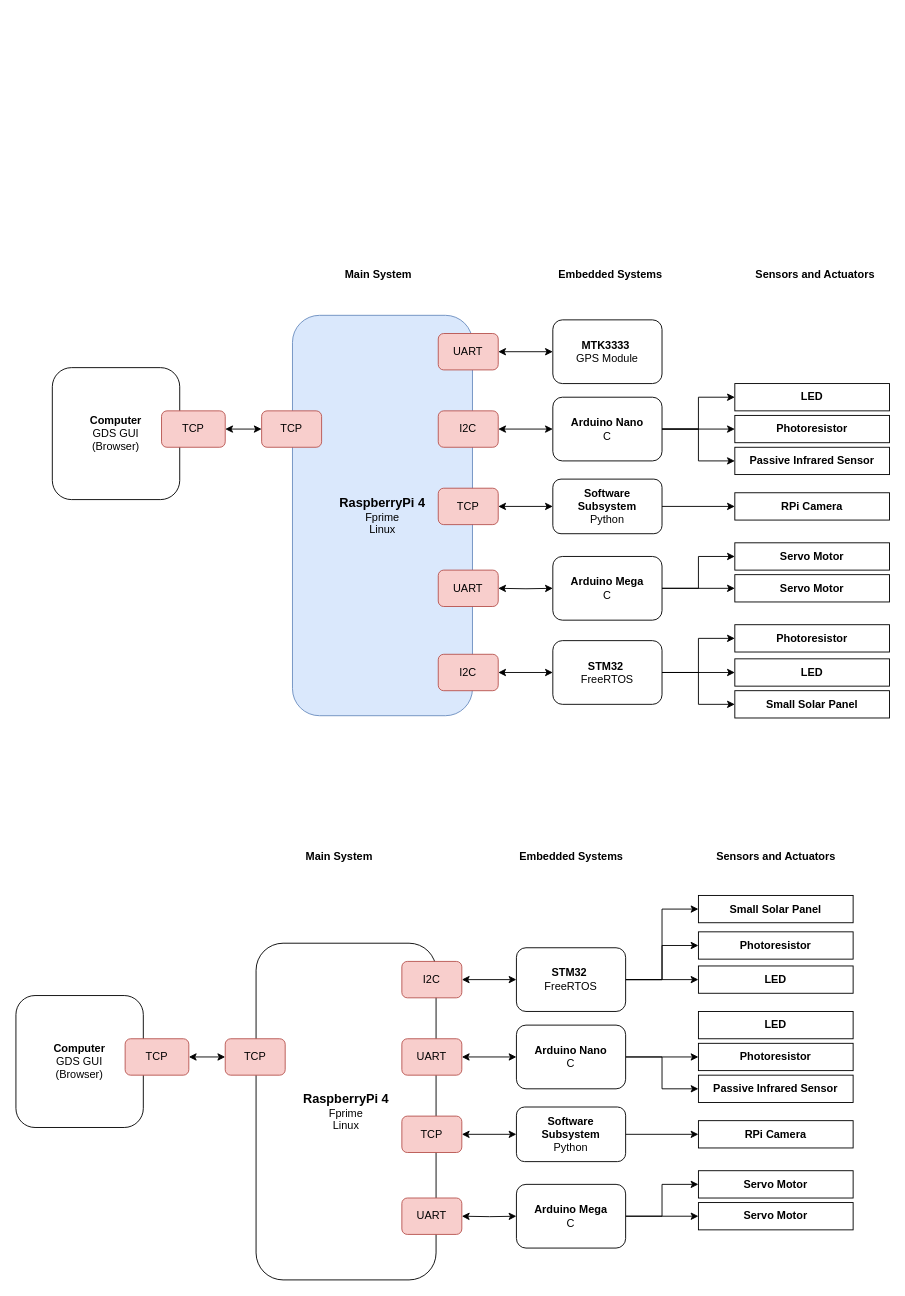
This is page "Hw Setup" (5 of 5) of topology.drawio from jsilveira1409/MESMO, a draw.io file, before an edit. Source tidied: cells renumbered, new cells numbered last; positions are measured from the earlier drawing's top-left corner, leaving out a move shared by most shapes. Both pictures are drawn from the tidied source at 91%, with x=0, y=0 at pixel (15, 260).
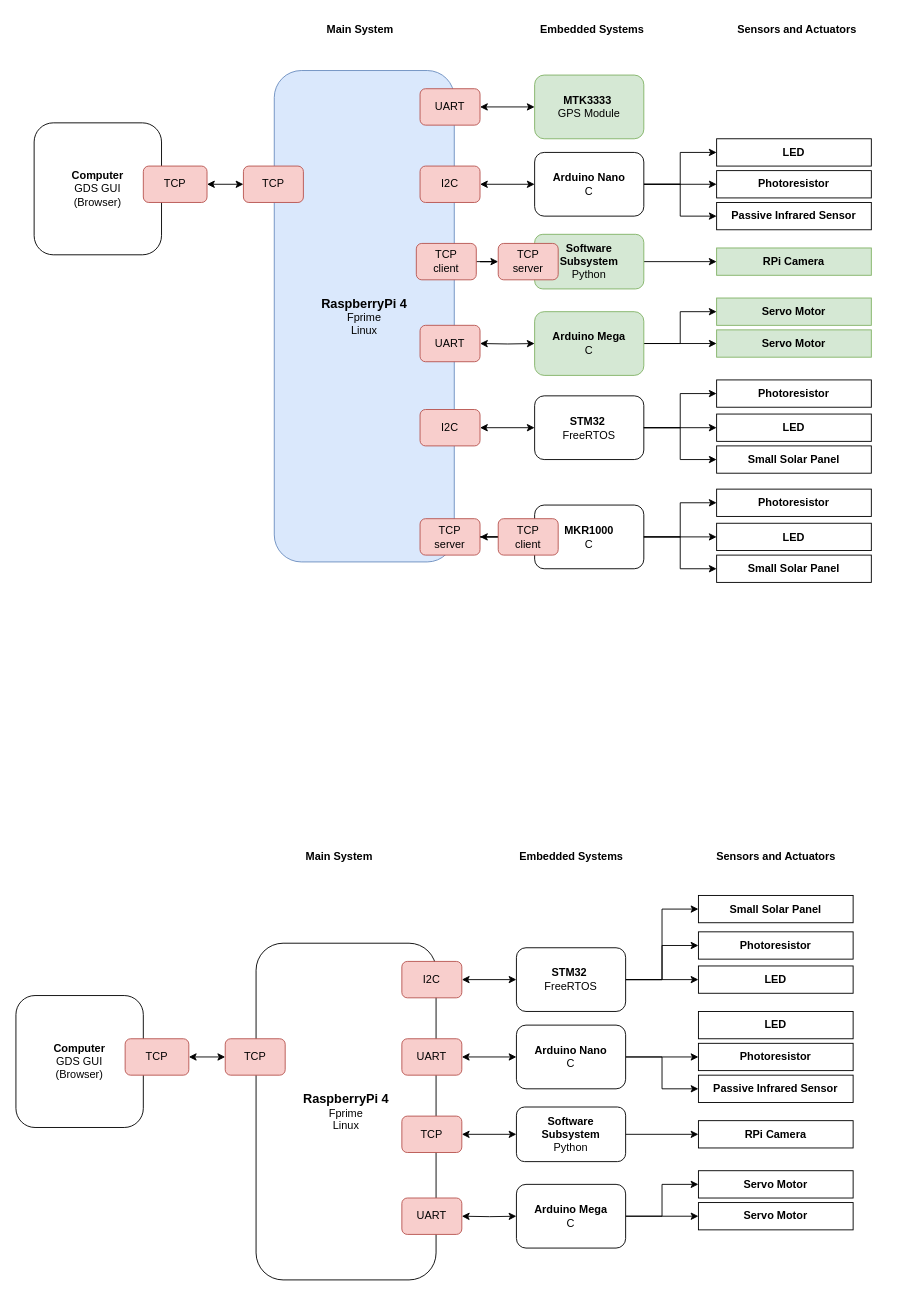
After the change.

Diff of the diagram source:
```diff
@@
-    <mxCell id="3" value="&lt;b&gt;MTK3333&amp;nbsp;&lt;/b&gt;&lt;br&gt;GPS Module" style="rounded=1;whiteSpace=wrap;html=1;" parent="1" vertex="1">
-      <mxGeometry x="590" y="65" width="120" height="70" as="geometry" />
+    <mxCell id="3" value="&lt;b&gt;MTK3333&amp;nbsp;&lt;/b&gt;&lt;br&gt;GPS Module" style="rounded=1;whiteSpace=wrap;html=1;fillColor=#d5e8d4;strokeColor=#82b366;" parent="1" vertex="1">
+      <mxGeometry x="570" y="-204" width="120" height="70" as="geometry" />
     </mxCell>
@@
     <mxCell id="5" style="edgeStyle=orthogonalEdgeStyle;rounded=0;jettySize=auto;html=1;entryX=0;entryY=0.5;entryDx=0;entryDy=0;" parent="1" edge="1" source="8" target="13">
       <mxGeometry relative="1" as="geometry">
         <Array as="points">
-          <mxPoint x="750" y="185" />
-          <mxPoint x="750" y="150" />
+          <mxPoint x="730" y="-84" />
+          <mxPoint x="730" y="-119" />
         </Array>
       </mxGeometry>
     </mxCell>
@@
     <mxCell id="8" value="&lt;b&gt;Arduino Nano&lt;/b&gt;&lt;br&gt;C" style="rounded=1;whiteSpace=wrap;html=1;" parent="1" vertex="1">
-      <mxGeometry x="590" y="150" width="120" height="70" as="geometry" />
+      <mxGeometry x="570" y="-119" width="120" height="70" as="geometry" />
     </mxCell>
-    <mxCell id="9" style="edgeStyle=orthogonalEdgeStyle;rounded=0;jettySize=auto;html=1;startArrow=classic;startFill=1;" parent="1" edge="1" source="27" target="11">
-      <mxGeometry relative="1" as="geometry" />
-    </mxCell>
@@
-    <mxCell id="11" value="&lt;b&gt;Software Subsystem&lt;/b&gt;&lt;br&gt;Python" style="whiteSpace=wrap;html=1;rounded=1;" parent="1" vertex="1">
-      <mxGeometry x="590" y="240" width="120" height="60" as="geometry" />
+    <mxCell id="11" value="&lt;b&gt;Software Subsystem&lt;/b&gt;&lt;br&gt;Python" style="whiteSpace=wrap;html=1;rounded=1;fillColor=#d5e8d4;strokeColor=#82b366;" parent="1" vertex="1">
+      <mxGeometry x="570" y="-29" width="120" height="60" as="geometry" />
     </mxCell>
@@
     <mxCell id="13" value="LED" style="rounded=0;whiteSpace=wrap;html=1;fontStyle=1;" parent="1" vertex="1">
-      <mxGeometry x="790" y="135" width="170" height="30" as="geometry" />
+      <mxGeometry x="770" y="-134" width="170" height="30" as="geometry" />
     </mxCell>
     <mxCell id="14" value="Photoresistor" style="rounded=0;whiteSpace=wrap;html=1;fontStyle=1;" parent="1" vertex="1">
-      <mxGeometry x="790" y="170" width="170" height="30" as="geometry" />
+      <mxGeometry x="770" y="-99" width="170" height="30" as="geometry" />
     </mxCell>
-    <mxCell id="15" value="RPi Camera" style="rounded=0;whiteSpace=wrap;html=1;fontStyle=1;" parent="1" vertex="1">
-      <mxGeometry x="790" y="255" width="170" height="30" as="geometry" />
+    <mxCell id="15" value="RPi Camera" style="rounded=0;whiteSpace=wrap;html=1;fontStyle=1;fillColor=#d5e8d4;strokeColor=#82b366;" parent="1" vertex="1">
+      <mxGeometry x="770" y="-14" width="170" height="30" as="geometry" />
     </mxCell>
     <mxCell id="16" value="Passive Infrared Sensor" style="rounded=0;whiteSpace=wrap;html=1;fontStyle=1;" parent="1" vertex="1">
-      <mxGeometry x="790" y="205" width="170" height="30" as="geometry" />
+      <mxGeometry x="770" y="-64" width="170" height="30" as="geometry" />
     </mxCell>
     <mxCell id="17" value="&lt;b&gt;Main System&lt;/b&gt;" style="text;html=1;align=center;verticalAlign=middle;strokeColor=none;fillColor=none;" parent="1" vertex="1">
-      <mxGeometry x="347.5" width="100" height="30" as="geometry" />
+      <mxGeometry x="327.5" y="-269" width="100" height="30" as="geometry" />
     </mxCell>
     <mxCell id="18" value="&lt;b&gt;Embedded Systems&lt;br&gt;&lt;/b&gt;" style="text;html=1;align=center;verticalAlign=middle;strokeColor=none;fillColor=none;" parent="1" vertex="1">
-      <mxGeometry x="582.5" width="140" height="30" as="geometry" />
+      <mxGeometry x="562.5" y="-269" width="140" height="30" as="geometry" />
     </mxCell>
     <mxCell id="19" value="&lt;b&gt;Sensors and Actuators&lt;br&gt;&lt;/b&gt;" style="text;html=1;align=center;verticalAlign=middle;strokeColor=none;fillColor=none;" parent="1" vertex="1">
-      <mxGeometry x="802.5" width="150" height="30" as="geometry" />
+      <mxGeometry x="782.5" y="-269" width="150" height="30" as="geometry" />
     </mxCell>
     <mxCell id="20" style="group;" parent="1" vertex="1">
-      <mxGeometry x="40" y="117.5" width="190" height="145" as="geometry" />
+      <mxGeometry x="20" y="-151.5" width="190" height="145" as="geometry" />
     </mxCell>
@@
     <mxCell id="23" style="group;" parent="1" vertex="1">
-      <mxGeometry x="270" y="60" width="690" height="440" as="geometry" />
+      <mxGeometry x="250" y="-209" width="690" height="540" as="geometry" />
     </mxCell>
     <mxCell id="24" value="&lt;b&gt;&lt;font style=&quot;font-size: 14px;&quot;&gt;RaspberryPi 4&lt;/font&gt;&lt;/b&gt;&lt;br&gt;Fprime&lt;br&gt;Linux" style="rounded=1;whiteSpace=wrap;html=1;fillColor=#dae8fc;strokeColor=#6c8ebf;" parent="23" vertex="1">
-      <mxGeometry x="33.9" width="197.8" height="440" as="geometry" />
+      <mxGeometry x="33.9" width="197.8" height="540" as="geometry" />
     </mxCell>
@@
+    <mxCell id="84" style="edgeStyle=orthogonalEdgeStyle;rounded=0;jettySize=auto;html=1;" parent="23" edge="1" source="27" target="85">
+      <mxGeometry relative="1" as="geometry" />
+    </mxCell>
-    <mxCell id="27" value="TCP" style="rounded=1;whiteSpace=wrap;html=1;fillColor=#f8cecc;strokeColor=#b85450;" parent="23" vertex="1">
-      <mxGeometry x="194.1" y="190" width="65.9" height="40" as="geometry" />
+    <mxCell id="27" value="TCP&lt;br&gt;client" style="rounded=1;whiteSpace=wrap;html=1;fillColor=#f8cecc;strokeColor=#b85450;" parent="23" vertex="1">
+      <mxGeometry x="190" y="190" width="65.9" height="40" as="geometry" />
     </mxCell>
@@
+    <mxCell id="85" value="TCP&lt;br&gt;server" style="rounded=1;whiteSpace=wrap;html=1;fillColor=#f8cecc;strokeColor=#b85450;" parent="23" vertex="1">
+      <mxGeometry x="280" y="190" width="65.9" height="40" as="geometry" />
+    </mxCell>
     <mxCell id="39" style="edgeStyle=orthogonalEdgeStyle;rounded=0;jettySize=auto;html=1;entryX=0;entryY=0.5;entryDx=0;entryDy=0;startArrow=classic;startFill=1;" parent="1" edge="1" target="42">
       <mxGeometry relative="1" as="geometry">
-        <mxPoint x="530" y="360" as="sourcePoint" />
+        <mxPoint x="510" y="91" as="sourcePoint" />
       </mxGeometry>
     </mxCell>
     <mxCell id="40" style="edgeStyle=orthogonalEdgeStyle;rounded=0;jettySize=auto;html=1;entryX=0;entryY=0.5;entryDx=0;entryDy=0;" parent="1" edge="1" source="42" target="43">
       <mxGeometry relative="1" as="geometry">
         <Array as="points">
-          <mxPoint x="750" y="360" />
-          <mxPoint x="750" y="325" />
+          <mxPoint x="730" y="91" />
+          <mxPoint x="730" y="56" />
         </Array>
       </mxGeometry>
     </mxCell>
@@
-    <mxCell id="42" value="&lt;b&gt;Arduino Mega&lt;/b&gt;&lt;br&gt;C" style="rounded=1;whiteSpace=wrap;html=1;" parent="1" vertex="1">
-      <mxGeometry x="590" y="325" width="120" height="70" as="geometry" />
+    <mxCell id="42" value="&lt;b&gt;Arduino Mega&lt;/b&gt;&lt;br&gt;C" style="rounded=1;whiteSpace=wrap;html=1;fillColor=#d5e8d4;strokeColor=#82b366;" parent="1" vertex="1">
+      <mxGeometry x="570" y="56" width="120" height="70" as="geometry" />
     </mxCell>
-    <mxCell id="43" value="Servo Motor" style="rounded=0;whiteSpace=wrap;html=1;fontStyle=1;" parent="1" vertex="1">
-      <mxGeometry x="790" y="310" width="170" height="30" as="geometry" />
+    <mxCell id="43" value="Servo Motor" style="rounded=0;whiteSpace=wrap;html=1;fontStyle=1;fillColor=#d5e8d4;strokeColor=#82b366;" parent="1" vertex="1">
+      <mxGeometry x="770" y="41" width="170" height="30" as="geometry" />
     </mxCell>
-    <mxCell id="44" value="Servo Motor" style="rounded=0;whiteSpace=wrap;html=1;fontStyle=1;" parent="1" vertex="1">
-      <mxGeometry x="790" y="345" width="170" height="30" as="geometry" />
+    <mxCell id="44" value="Servo Motor" style="rounded=0;whiteSpace=wrap;html=1;fontStyle=1;fillColor=#d5e8d4;strokeColor=#82b366;" parent="1" vertex="1">
+      <mxGeometry x="770" y="76" width="170" height="30" as="geometry" />
     </mxCell>
@@
+    <mxCell id="86" style="group;" parent="1" vertex="1">
+      <mxGeometry x="444.1" y="251" width="495.9" height="102.5" as="geometry" />
+    </mxCell>
+    <mxCell id="87" value="&lt;b&gt;MKR1000&lt;/b&gt;&lt;br&gt;C" style="rounded=1;whiteSpace=wrap;html=1;" parent="86" vertex="1">
+      <mxGeometry x="125.9" y="17.5" width="120" height="70" as="geometry" />
+    </mxCell>
+    <mxCell id="88" value="Small Solar Panel" style="rounded=0;whiteSpace=wrap;html=1;fontStyle=1;" parent="86" vertex="1">
+      <mxGeometry x="325.9" y="72.5" width="170" height="30" as="geometry" />
+    </mxCell>
+    <mxCell id="89" style="edgeStyle=orthogonalEdgeStyle;rounded=0;jettySize=auto;html=1;entryX=0;entryY=0.5;entryDx=0;entryDy=0;" parent="86" edge="1" source="87" target="88">
+      <mxGeometry relative="1" as="geometry" />
+    </mxCell>
+    <mxCell id="90" value="Photoresistor" style="rounded=0;whiteSpace=wrap;html=1;fontStyle=1;" parent="86" vertex="1">
+      <mxGeometry x="325.9" width="170" height="30" as="geometry" />
+    </mxCell>
+    <mxCell id="91" style="edgeStyle=orthogonalEdgeStyle;rounded=0;jettySize=auto;html=1;entryX=0;entryY=0.5;entryDx=0;entryDy=0;" parent="86" edge="1" source="87" target="90">
+      <mxGeometry relative="1" as="geometry">
+        <Array as="points">
+          <mxPoint x="285.9" y="52.5" />
+          <mxPoint x="285.9" y="15.5" />
+        </Array>
+      </mxGeometry>
+    </mxCell>
+    <mxCell id="92" value="LED" style="rounded=0;whiteSpace=wrap;html=1;fontStyle=1;" parent="86" vertex="1">
+      <mxGeometry x="325.9" y="37.5" width="170" height="30" as="geometry" />
+    </mxCell>
+    <mxCell id="93" style="edgeStyle=orthogonalEdgeStyle;rounded=0;jettySize=auto;html=1;entryX=0;entryY=0.5;entryDx=0;entryDy=0;" parent="86" edge="1" source="87" target="92">
+      <mxGeometry relative="1" as="geometry" />
+    </mxCell>
+    <mxCell id="94" value="TCP&lt;br style=&quot;border-color: var(--border-color);&quot;&gt;server" style="rounded=1;whiteSpace=wrap;html=1;fillColor=#f8cecc;strokeColor=#b85450;" parent="86" vertex="1">
+      <mxGeometry y="32.5" width="65.9" height="40" as="geometry" />
+    </mxCell>
+    <mxCell id="95" style="edgeStyle=orthogonalEdgeStyle;rounded=0;jettySize=auto;html=1;" parent="86" edge="1" source="96" target="94">
+      <mxGeometry relative="1" as="geometry" />
+    </mxCell>
+    <mxCell id="96" value="TCP&lt;br style=&quot;border-color: var(--border-color);&quot;&gt;client" style="rounded=1;whiteSpace=wrap;html=1;fillColor=#f8cecc;strokeColor=#b85450;" parent="86" vertex="1">
+      <mxGeometry x="85.9" y="32.5" width="65.9" height="40" as="geometry" />
+    </mxCell>
```
